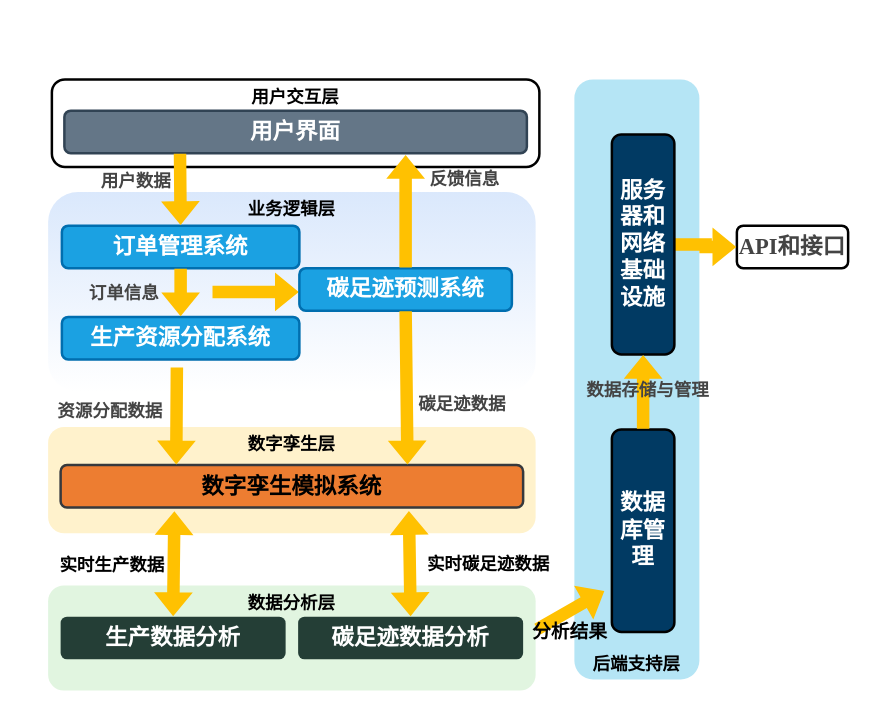
Before: BB架构图.drawio in LFNing/General, a draw.io diagram. Source tidied: cells renumbered, new cells numbered last; positions are measured from the earlier drawing's top-left corner, leaving out a move shared by most shapes. Both pictures are drawn from the tidied source at 125%, with x=0, y=0 at pixel (48, 79).
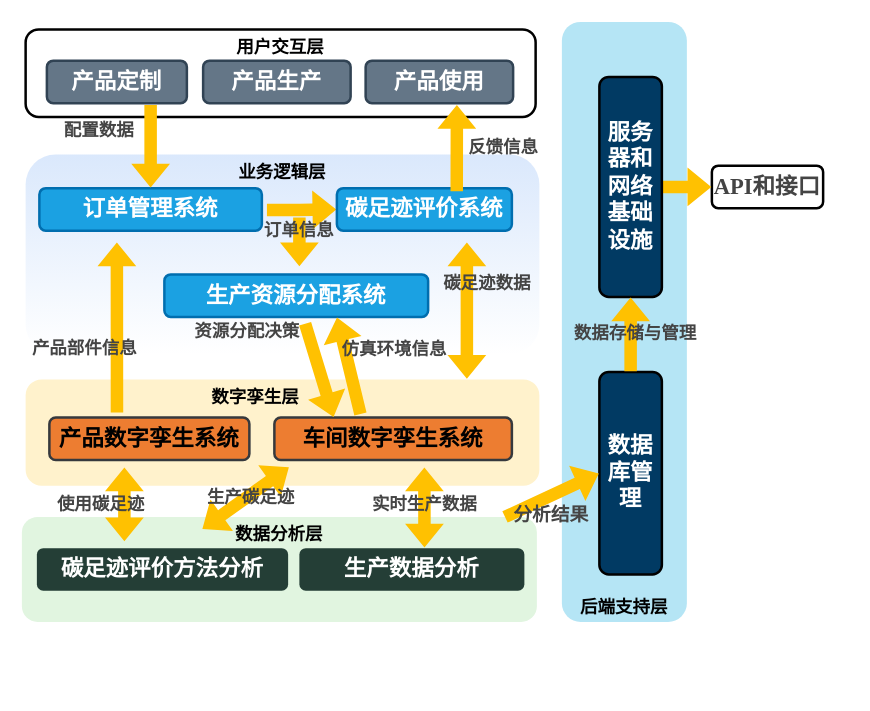
After the change.

Commit message:
更新BB架构图.drawio

Diff of the diagram source:
```diff
@@
     <mxCell id="2" value="API和接口" style="whiteSpace=wrap;strokeWidth=2;fontSize=18;fontFamily=Times New Roman;fontColor=#444444;rounded=1;fontStyle=1;" parent="1" vertex="1">
-      <mxGeometry x="551" y="117" width="89" height="34" as="geometry" />
+      <mxGeometry x="531" y="69" width="89" height="34" as="geometry" />
     </mxCell>
     <mxCell id="3" value="后端支持层" style="whiteSpace=wrap;strokeWidth=2;verticalAlign=bottom;fontFamily=Times New Roman;fontSize=14;rounded=1;fontStyle=1;fillColor=#B5E5F5;strokeColor=none;" parent="1" vertex="1">
-      <mxGeometry x="421" width="100" height="480" as="geometry" />
+      <mxGeometry x="411" y="-46" width="100" height="480" as="geometry" />
     </mxCell>
     <mxCell id="4" value="数据库管理" style="whiteSpace=wrap;strokeWidth=2;fontSize=18;fontFamily=Times New Roman;fontColor=#FFFFFF;rounded=1;fontStyle=1;fillColor=#013a63;" parent="1" vertex="1">
-      <mxGeometry x="451" y="280" width="50" height="162" as="geometry" />
+      <mxGeometry x="441" y="234" width="50" height="162" as="geometry" />
     </mxCell>
-    <mxCell id="5" style="edgeStyle=orthogonalEdgeStyle;rounded=0;jettySize=auto;html=1;fontFamily=Times New Roman;fontColor=#444444;fontStyle=1;shape=flexArrow;endArrow=block;fontSize=14;strokeColor=none;startArrow=none;fillColor=#ffc101;" parent="1" edge="1" source="6" target="2">
+    <mxCell id="5" style="rounded=0;jettySize=auto;html=1;fontFamily=Times New Roman;fontColor=#444444;fontStyle=1;shape=flexArrow;endArrow=block;fontSize=14;strokeColor=none;startArrow=none;fillColor=#ffc101;exitX=1;exitY=0.5;exitDx=0;exitDy=0;entryX=0;entryY=0.5;entryDx=0;entryDy=0;" parent="1" edge="1" source="6" target="2">
       <mxGeometry relative="1" as="geometry" />
     </mxCell>
     <mxCell id="6" value="服务器和网络基础设施" style="whiteSpace=wrap;strokeWidth=2;fontSize=18;fontFamily=Times New Roman;fontColor=#FFFFFF;rounded=1;fontStyle=1;fillColor=#013a63;" parent="1" vertex="1">
-      <mxGeometry x="451" y="44" width="50" height="176" as="geometry" />
+      <mxGeometry x="441" y="-2" width="50" height="176" as="geometry" />
     </mxCell>
     <mxCell id="7" value="数据分析层" style="whiteSpace=wrap;strokeWidth=2;verticalAlign=top;fontFamily=Times New Roman;fontSize=14;rounded=1;shadow=0;glass=0;fillColor=#E1F5E0;strokeColor=none;fontStyle=1;" parent="1" vertex="1">
-      <mxGeometry y="404.9" width="390" height="84" as="geometry" />
+      <mxGeometry x="-21" y="350" width="412" height="84" as="geometry" />
     </mxCell>
     <mxCell id="8" value="生产数据分析" style="whiteSpace=wrap;strokeWidth=2;fontSize=18;fontFamily=Times New Roman;fontColor=#FFFFFF;rounded=1;fillColor=#243e36;strokeColor=none;fontStyle=1;" parent="1" vertex="1">
-      <mxGeometry x="10" y="429.9" width="180" height="34" as="geometry" />
+      <mxGeometry x="201" y="375" width="180" height="34" as="geometry" />
     </mxCell>
-    <mxCell id="9" value="碳足迹数据分析" style="whiteSpace=wrap;strokeWidth=2;fontSize=18;fontFamily=Times New Roman;fontColor=#FFFFFF;rounded=1;fillColor=#243e36;strokeColor=none;fontStyle=1;" parent="1" vertex="1">
-      <mxGeometry x="200" y="429.9" width="180" height="34" as="geometry" />
+    <mxCell id="9" value="碳足迹评价方法分析" style="whiteSpace=wrap;strokeWidth=2;fontSize=18;fontFamily=Times New Roman;fontColor=#FFFFFF;rounded=1;fillColor=#243e36;strokeColor=none;fontStyle=1;" parent="1" vertex="1">
+      <mxGeometry x="-9" y="375" width="201" height="34" as="geometry" />
     </mxCell>
-    <mxCell id="10" value="数字孪生层" style="whiteSpace=wrap;strokeWidth=2;verticalAlign=top;fontFamily=Times New Roman;fontSize=14;rounded=1;fillColor=#fff2cc;strokeColor=none;fontStyle=1;" parent="1" vertex="1">
-      <mxGeometry y="278" width="390" height="85" as="geometry" />
+    <mxCell id="10" value="                                          数字孪生层" style="whiteSpace=wrap;strokeWidth=2;verticalAlign=top;fontFamily=Times New Roman;fontSize=14;rounded=1;fillColor=#fff2cc;strokeColor=none;fontStyle=1;labelPosition=center;verticalLabelPosition=middle;align=left;horizontal=1;" parent="1" vertex="1">
+      <mxGeometry x="-18" y="240" width="411" height="85" as="geometry" />
     </mxCell>
-    <mxCell id="11" value="数字孪生模拟系统" style="whiteSpace=wrap;strokeWidth=2;fontSize=18;fontFamily=Times New Roman;rounded=1;fillColor=#ed7d31;strokeColor=#36393d;fontStyle=1;" parent="1" vertex="1">
-      <mxGeometry x="10" y="308.5" width="370" height="34" as="geometry" />
+    <mxCell id="11" value="车间数字孪生系统" style="whiteSpace=wrap;strokeWidth=2;fontSize=18;fontFamily=Times New Roman;rounded=1;fillColor=#ed7d31;strokeColor=#36393d;fontStyle=1;" parent="1" vertex="1">
+      <mxGeometry x="181" y="270.5" width="190" height="34" as="geometry" />
     </mxCell>
     <mxCell id="12" value="业务逻辑层" style="whiteSpace=wrap;strokeWidth=2;verticalAlign=top;fontFamily=Times New Roman;fontSize=14;rounded=1;fillColor=#dae8fc;strokeColor=none;fontStyle=1;gradientColor=#FFFFFF;" parent="1" vertex="1">
-      <mxGeometry y="90" width="390" height="160" as="geometry" />
+      <mxGeometry x="-18" y="60" width="411" height="160" as="geometry" />
     </mxCell>
-    <mxCell id="13" style="rounded=0;orthogonalLoop=1;jettySize=auto;html=1;fontColor=#444444;fontStyle=1;labelBackgroundColor=default;endArrow=block;fontSize=14;fontFamily=Times New Roman;startArrow=none;shape=flexArrow;strokeColor=none;fillColor=#ffc101;" parent="1" edge="1">
-      <mxGeometry relative="1" as="geometry">
-        <mxPoint x="131" y="170" as="sourcePoint" />
-        <mxPoint x="201" y="170" as="targetPoint" />
-      </mxGeometry>
-    </mxCell>
+    <mxCell id="33" style="edgeStyle=orthogonalEdgeStyle;rounded=0;jettySize=auto;html=1;entryX=0;entryY=0.5;entryDx=0;entryDy=0;labelBackgroundColor=default;endArrow=block;fontSize=14;fontFamily=Times New Roman;strokeColor=none;fontColor=#444444;startArrow=none;fontStyle=1;fillColor=#ffc101;shape=flexArrow;exitX=1.02;exitY=0.516;exitDx=0;exitDy=0;exitPerimeter=0;" parent="1" edge="1" source="14" target="16">
+      <mxGeometry relative="1" as="geometry" />
+    </mxCell>
     <mxCell id="14" value="订单管理系统" style="whiteSpace=wrap;strokeWidth=2;fontSize=18;fontFamily=Times New Roman;rounded=1;fillColor=#1ba1e2;strokeColor=#006EAF;fontStyle=1;fontColor=#ffffff;" parent="1" vertex="1">
-      <mxGeometry x="11" y="117" width="190" height="34" as="geometry" />
+      <mxGeometry x="-7" y="87" width="178" height="34" as="geometry" />
     </mxCell>
     <mxCell id="15" value="生产资源分配系统" style="whiteSpace=wrap;strokeWidth=2;fontSize=18;fontFamily=Times New Roman;rounded=1;fillColor=#1ba1e2;strokeColor=#006EAF;fontStyle=1;fontColor=#ffffff;" parent="1" vertex="1">
-      <mxGeometry x="11" y="190" width="190" height="34" as="geometry" />
+      <mxGeometry x="93" y="156" width="211" height="34" as="geometry" />
     </mxCell>
-    <mxCell id="16" value="碳足迹预测系统" style="whiteSpace=wrap;strokeWidth=2;fontSize=18;fontFamily=Times New Roman;rounded=1;fillColor=#1ba1e2;strokeColor=#006EAF;fontStyle=1;fontColor=#ffffff;" parent="1" vertex="1">
-      <mxGeometry x="201" y="151" width="170" height="34" as="geometry" />
+    <mxCell id="16" value="碳足迹评价系统" style="whiteSpace=wrap;strokeWidth=2;fontSize=18;fontFamily=Times New Roman;rounded=1;fillColor=#1ba1e2;strokeColor=#006EAF;fontStyle=1;fontColor=#ffffff;" parent="1" vertex="1">
+      <mxGeometry x="231" y="87" width="140" height="34" as="geometry" />
     </mxCell>
     <mxCell id="17" value="用户交互层" style="whiteSpace=wrap;strokeWidth=2;verticalAlign=top;fontFamily=Times New Roman;fontSize=14;rounded=1;fontStyle=1;" parent="1" vertex="1">
-      <mxGeometry x="3" width="390" height="70" as="geometry" />
+      <mxGeometry x="-18" y="-40" width="408" height="70" as="geometry" />
     </mxCell>
-    <mxCell id="18" value="用户界面" style="whiteSpace=wrap;strokeWidth=2;fontFamily=Times New Roman;fontSize=18;fontColor=#ffffff;rounded=1;fillColor=#647687;strokeColor=#314354;fontStyle=1;" parent="1" vertex="1">
-      <mxGeometry x="13" y="25" width="370" height="34" as="geometry" />
+    <mxCell id="18" value="产品定制" style="whiteSpace=wrap;strokeWidth=2;fontFamily=Times New Roman;fontSize=18;fontColor=#ffffff;rounded=1;fillColor=#647687;strokeColor=#314354;fontStyle=1;" parent="1" vertex="1">
+      <mxGeometry x="-1" y="-15" width="112" height="34" as="geometry" />
     </mxCell>
-    <mxCell id="19" value="用户数据" style="curved=1;startArrow=none;endArrow=block;entryX=0.5;entryY=0.0055147058823529415;rounded=0;fontFamily=Times New Roman;fontSize=14;fontColor=#444444;fontStyle=1;shape=flexArrow;exitX=0.25;exitY=1;exitDx=0;exitDy=0;fillColor=#ffc101;strokeColor=none;" parent="1" edge="1" source="18" target="14">
-      <mxGeometry x="-0.29" y="-35" relative="1" as="geometry" />
+    <mxCell id="19" value="配置数据" style="curved=1;startArrow=none;endArrow=block;entryX=0.5;entryY=0.0055147058823529415;rounded=0;fontFamily=Times New Roman;fontSize=14;fontColor=#444444;fontStyle=1;shape=flexArrow;fillColor=#ffc101;strokeColor=none;labelBackgroundColor=none;" parent="1" edge="1" target="14">
+      <mxGeometry x="-0.4" y="-41" relative="1" as="geometry">
+        <mxPoint x="82" y="20" as="sourcePoint" />
+      </mxGeometry>
     </mxCell>
-    <mxCell id="20" value="订单信息" style="curved=1;startArrow=none;endArrow=block;exitX=0.5;exitY=0.9935661764705882;entryX=0.5;entryY=0.011029411764705883;rounded=0;fontSize=14;fontFamily=Times New Roman;fontColor=#444444;labelBackgroundColor=none;fontStyle=1;shape=flexArrow;strokeColor=none;fillColor=#ffc101;" parent="1" edge="1" source="14" target="15">
-      <mxGeometry x="-0.03" y="-45" relative="1" as="geometry" />
+    <mxCell id="20" value="订单信息" style="curved=1;startArrow=none;endArrow=block;rounded=0;fontSize=14;fontFamily=Times New Roman;fontColor=#444444;labelBackgroundColor=none;fontStyle=1;shape=flexArrow;strokeColor=none;fillColor=#ffc101;" parent="1" edge="1">
+      <mxGeometry x="-0.5" relative="1" as="geometry">
+        <mxPoint x="201" y="110" as="sourcePoint" />
+        <mxPoint x="201" y="150" as="targetPoint" />
+      </mxGeometry>
     </mxCell>
-    <mxCell id="21" value="资源分配数据" style="startArrow=none;endArrow=block;entryX=0.25;entryY=0;rounded=0;fontSize=14;fontFamily=Times New Roman;entryDx=0;entryDy=0;fontColor=#444444;fontStyle=1;shape=flexArrow;strokeColor=none;fillColor=#ffc101;" parent="1" edge="1" target="11">
-      <mxGeometry x="-0.1" y="-53" relative="1" as="geometry">
-        <mxPoint x="103" y="230" as="sourcePoint" />
+    <mxCell id="21" value="资源分配决策" style="startArrow=none;endArrow=block;entryX=0.25;entryY=0;rounded=0;fontSize=14;fontFamily=Times New Roman;entryDx=0;entryDy=0;fontColor=#444444;fontStyle=1;shape=flexArrow;strokeColor=none;fillColor=#ffc101;labelBackgroundColor=none;exitX=0.533;exitY=1.147;exitDx=0;exitDy=0;exitPerimeter=0;" parent="1" edge="1" source="15" target="11">
+      <mxGeometry x="-1" y="-46" relative="1" as="geometry">
+        <mxPoint x="-2" y="-8" as="offset" />
       </mxGeometry>
     </mxCell>
@@
-    <mxCell id="23" style="endArrow=block;html=1;exitX=0.5;exitY=1;exitDx=0;exitDy=0;entryX=0.75;entryY=0;entryDx=0;entryDy=0;fontColor=#444444;rounded=0;fontStyle=1;shape=flexArrow;fontSize=14;fontFamily=Times New Roman;strokeColor=none;startArrow=none;fillColor=#ffc101;" parent="1" edge="1" source="16" target="11">
-      <mxGeometry relative="1" as="geometry" />
+    <mxCell id="23" style="endArrow=block;html=1;fontColor=#444444;rounded=0;fontStyle=1;shape=flexArrow;fontSize=14;fontFamily=Times New Roman;strokeColor=none;startArrow=block;fillColor=#ffc101;" parent="1" edge="1">
+      <mxGeometry relative="1" as="geometry">
+        <mxPoint x="335" y="130" as="sourcePoint" />
+        <mxPoint x="335" y="240" as="targetPoint" />
+      </mxGeometry>
     </mxCell>
-    <mxCell id="24" value="碳足迹数据" style="edgeLabel;html=1;align=center;verticalAlign=middle;endArrow=block;fontSize=14;fontFamily=Times New Roman;rounded=0;strokeColor=default;startArrow=none;fontColor=#444444;fontStyle=1;" parent="23" vertex="1">
+    <mxCell id="24" value="碳足迹数据" style="edgeLabel;align=center;verticalAlign=middle;endArrow=block;fontSize=14;fontFamily=Times New Roman;rounded=0;strokeColor=none;startArrow=none;fontColor=#444444;fontStyle=1;labelBackgroundColor=none;fillColor=#ffc101;" parent="23" vertex="1">
       <mxGeometry x="-0.18" y="-6" relative="1" as="geometry">
-        <mxPoint x="50" y="24" as="offset" />
+        <mxPoint x="22" y="-13" as="offset" />
       </mxGeometry>
     </mxCell>
-    <mxCell id="25" style="endArrow=block;html=1;rounded=0;exitX=0.5;exitY=0;exitDx=0;exitDy=0;fontColor=#444444;fontStyle=1;shape=flexArrow;fontSize=14;fontFamily=Times New Roman;strokeColor=none;startArrow=none;fillColor=#ffc101;" parent="1" edge="1" source="16">
+    <mxCell id="25" style="endArrow=block;html=1;rounded=0;exitX=0.685;exitY=0.088;exitDx=0;exitDy=0;fontColor=#444444;fontStyle=1;shape=flexArrow;fontSize=14;fontFamily=Times New Roman;strokeColor=none;startArrow=none;fillColor=#ffc101;exitPerimeter=0;" parent="1" edge="1" source="16">
       <mxGeometry relative="1" as="geometry">
-        <mxPoint x="286" y="60" as="targetPoint" />
+        <mxPoint x="327" y="20" as="targetPoint" />
       </mxGeometry>
     </mxCell>
-    <mxCell id="26" value="反馈信息" style="edgeLabel;html=1;align=center;verticalAlign=middle;endArrow=block;fontSize=14;fontFamily=Times New Roman;rounded=0;strokeColor=none;startArrow=none;fontColor=#444444;fontStyle=1;fillColor=#ffc101;" parent="25" vertex="1">
+    <mxCell id="26" value="反馈信息" style="edgeLabel;html=1;align=center;verticalAlign=middle;endArrow=block;fontSize=14;fontFamily=Times New Roman;rounded=0;strokeColor=none;startArrow=none;fontColor=#444444;fontStyle=1;fillColor=#ffc101;labelBackgroundColor=none;" parent="25" vertex="1">
       <mxGeometry x="0.14" relative="1" as="geometry">
-        <mxPoint x="46" y="-19" as="offset" />
+        <mxPoint x="37" y="5" as="offset" />
       </mxGeometry>
     </mxCell>
-    <mxCell id="27" style="shape=flexArrow;endArrow=classic;startArrow=classic;html=1;rounded=0;entryX=0.5;entryY=0;entryDx=0;entryDy=0;exitX=0.753;exitY=1.07;exitDx=0;exitDy=0;fontStyle=1;strokeColor=none;fillColor=#FFC101;exitPerimeter=0;" parent="1" edge="1" source="11" target="9">
-      <mxGeometry relative="1" as="geometry" />
+    <mxCell id="27" style="shape=flexArrow;endArrow=classic;startArrow=classic;html=1;rounded=0;fontStyle=1;strokeColor=none;fillColor=#FFC101;" parent="1" edge="1">
+      <mxGeometry relative="1" as="geometry">
+        <mxPoint x="193" y="310" as="sourcePoint" />
+        <mxPoint x="123" y="360" as="targetPoint" />
+      </mxGeometry>
     </mxCell>
-    <mxCell id="28" value="&lt;font style=&quot;font-size: 14px;&quot;&gt;实时碳足迹数据&lt;/font&gt;" style="edgeLabel;html=1;align=center;verticalAlign=middle;fontFamily=Times New Roman;fontStyle=1;" parent="27" vertex="1">
-      <mxGeometry x="0.28" y="-2" relative="1" as="geometry">
-        <mxPoint x="64" y="-10" as="offset" />
-      </mxGeometry>
-    </mxCell>
+    <mxCell id="34" value="生产碳足迹" style="edgeLabel;html=1;align=center;verticalAlign=middle;labelBackgroundColor=none;endArrow=block;fontSize=14;fontFamily=Times New Roman;rounded=0;fontColor=#444444;startArrow=none;fontStyle=1;fillColor=#ffc101;" parent="27" vertex="1">
+      <mxGeometry x="-0.08" y="2" relative="1" as="geometry" />
+    </mxCell>
-    <mxCell id="29" style="shape=flexArrow;endArrow=classic;startArrow=classic;html=1;rounded=0;entryX=0.5;entryY=0;entryDx=0;entryDy=0;exitX=0.246;exitY=1.074;exitDx=0;exitDy=0;fontStyle=1;fillColor=#FFC101;strokeColor=none;exitPerimeter=0;" parent="1" edge="1" source="11" target="8">
-      <mxGeometry relative="1" as="geometry" />
+    <mxCell id="29" style="shape=flexArrow;endArrow=classic;startArrow=classic;html=1;rounded=0;entryX=0.556;entryY=0;entryDx=0;entryDy=0;fontStyle=1;fillColor=#FFC101;strokeColor=none;entryPerimeter=0;" parent="1" edge="1" target="8">
+      <mxGeometry relative="1" as="geometry">
+        <mxPoint x="301" y="310" as="sourcePoint" />
+      </mxGeometry>
     </mxCell>
-    <mxCell id="30" value="&lt;font style=&quot;font-size: 14px;&quot;&gt;实时生产数据&lt;/font&gt;" style="edgeLabel;html=1;align=center;verticalAlign=middle;fontFamily=Times New Roman;fontStyle=1;" parent="29" vertex="1">
-      <mxGeometry x="0.28" y="-2" relative="1" as="geometry">
-        <mxPoint x="-48" y="-9" as="offset" />
-      </mxGeometry>
+    <mxCell id="30" value="实时生产数据" style="edgeLabel;html=1;align=center;verticalAlign=middle;labelBackgroundColor=none;endArrow=block;fontSize=14;fontFamily=Times New Roman;rounded=0;fontColor=#444444;startArrow=none;fontStyle=1;fillColor=#ffc101;" parent="29" vertex="1">
+      <mxGeometry x="-0.08" y="-1" relative="1" as="geometry" />
     </mxCell>
-    <mxCell id="31" style="endArrow=block;html=1;entryX=-0.112;entryY=0.796;entryDx=0;entryDy=0;fontColor=#444444;rounded=0;fontStyle=1;shape=flexArrow;fontSize=14;fontFamily=Times New Roman;strokeColor=none;startArrow=none;fillColor=#ffc101;entryPerimeter=0;" parent="1" edge="1" target="4">
-      <mxGeometry relative="1" as="geometry">
-        <mxPoint x="391" y="440" as="sourcePoint" />
-      </mxGeometry>
+    <mxCell id="31" style="endArrow=block;html=1;entryX=0;entryY=0.5;entryDx=0;entryDy=0;fontColor=#444444;rounded=0;fontStyle=1;shape=flexArrow;fontSize=14;fontFamily=Times New Roman;strokeColor=none;startArrow=none;fillColor=#ffc101;exitX=0.937;exitY=0.003;exitDx=0;exitDy=0;exitPerimeter=0;" parent="1" edge="1" source="7" target="4">
+      <mxGeometry relative="1" as="geometry" />
     </mxCell>
-    <mxCell id="32" value="分析结果" style="edgeLabel;html=1;align=center;verticalAlign=middle;fontFamily=Times New Roman;fontStyle=1;fontSize=15;labelBackgroundColor=none;" parent="31" vertex="1">
+    <mxCell id="32" value="分析结果" style="edgeLabel;html=1;align=center;verticalAlign=middle;fontFamily=Times New Roman;fontStyle=1;fontSize=15;labelBackgroundColor=none;fontColor=#444444;" parent="31" vertex="1">
       <mxGeometry x="-0.03" relative="1" as="geometry">
         <mxPoint x="-1" y="15" as="offset" />
       </mxGeometry>
     </mxCell>
+    <mxCell id="35" value="产品使用" style="whiteSpace=wrap;strokeWidth=2;fontFamily=Times New Roman;fontSize=18;fontColor=#ffffff;rounded=1;fillColor=#647687;strokeColor=#314354;fontStyle=1;" parent="1" vertex="1">
+      <mxGeometry x="254" y="-15" width="118" height="34" as="geometry" />
+    </mxCell>
+    <mxCell id="36" value="仿真环境信息" style="startArrow=none;endArrow=block;rounded=0;fontSize=14;fontFamily=Times New Roman;fontColor=#444444;fontStyle=1;shape=flexArrow;strokeColor=none;fillColor=#ffc101;exitX=0.363;exitY=-0.07;exitDx=0;exitDy=0;exitPerimeter=0;labelBackgroundColor=none;entryX=0.654;entryY=1;entryDx=0;entryDy=0;entryPerimeter=0;" parent="1" edge="1" source="11" target="15">
+      <mxGeometry x="0.13" y="-39" relative="1" as="geometry" />
+    </mxCell>
+    <mxCell id="37" style="rounded=0;jettySize=auto;html=1;shape=flexArrow;strokeColor=none;fillColor=#ffc101;exitX=0.338;exitY=-0.105;exitDx=0;exitDy=0;exitPerimeter=0;" parent="1" edge="1" source="41">
+      <mxGeometry relative="1" as="geometry">
+        <mxPoint x="55" y="130" as="targetPoint" />
+      </mxGeometry>
+    </mxCell>
+    <mxCell id="38" value="产品部件信息" style="edgeLabel;html=1;align=center;verticalAlign=middle;labelBackgroundColor=none;endArrow=block;fontSize=14;fontFamily=Times New Roman;rounded=0;fontColor=#444444;startArrow=none;fontStyle=1;fillColor=#ffc101;" parent="37" vertex="1">
+      <mxGeometry x="0.06" y="2" relative="1" as="geometry">
+        <mxPoint x="-25" y="22" as="offset" />
+      </mxGeometry>
+    </mxCell>
+    <mxCell id="39" style="rounded=0;orthogonalLoop=1;jettySize=auto;html=1;labelBackgroundColor=none;shape=flexArrow;fillColor=#ffc101;strokeColor=none;startArrow=block;" parent="1" edge="1">
+      <mxGeometry relative="1" as="geometry">
+        <mxPoint x="61" y="310" as="sourcePoint" />
+        <mxPoint x="61" y="370" as="targetPoint" />
+      </mxGeometry>
+    </mxCell>
+    <mxCell id="40" value="使用碳足迹" style="edgeLabel;html=1;align=center;verticalAlign=middle;labelBackgroundColor=none;endArrow=block;fontSize=14;fontFamily=Times New Roman;rounded=0;fontColor=#444444;startArrow=none;fontStyle=1;fillColor=#ffc101;" parent="39" vertex="1">
+      <mxGeometry x="-0.16" y="-1" relative="1" as="geometry">
+        <mxPoint x="-19" y="5" as="offset" />
+      </mxGeometry>
+    </mxCell>
+    <mxCell id="41" value="产品数字孪生系统" style="whiteSpace=wrap;strokeWidth=2;fontSize=18;fontFamily=Times New Roman;rounded=1;fillColor=#ed7d31;strokeColor=#36393d;fontStyle=1;" parent="1" vertex="1">
+      <mxGeometry x="1" y="270.5" width="160" height="34" as="geometry" />
+    </mxCell>
+    <mxCell id="42" value="产品生产" style="whiteSpace=wrap;strokeWidth=2;fontFamily=Times New Roman;fontSize=18;fontColor=#ffffff;rounded=1;fillColor=#647687;strokeColor=#314354;fontStyle=1;" parent="1" vertex="1">
+      <mxGeometry x="124" y="-15" width="118" height="34" as="geometry" />
+    </mxCell>
```
